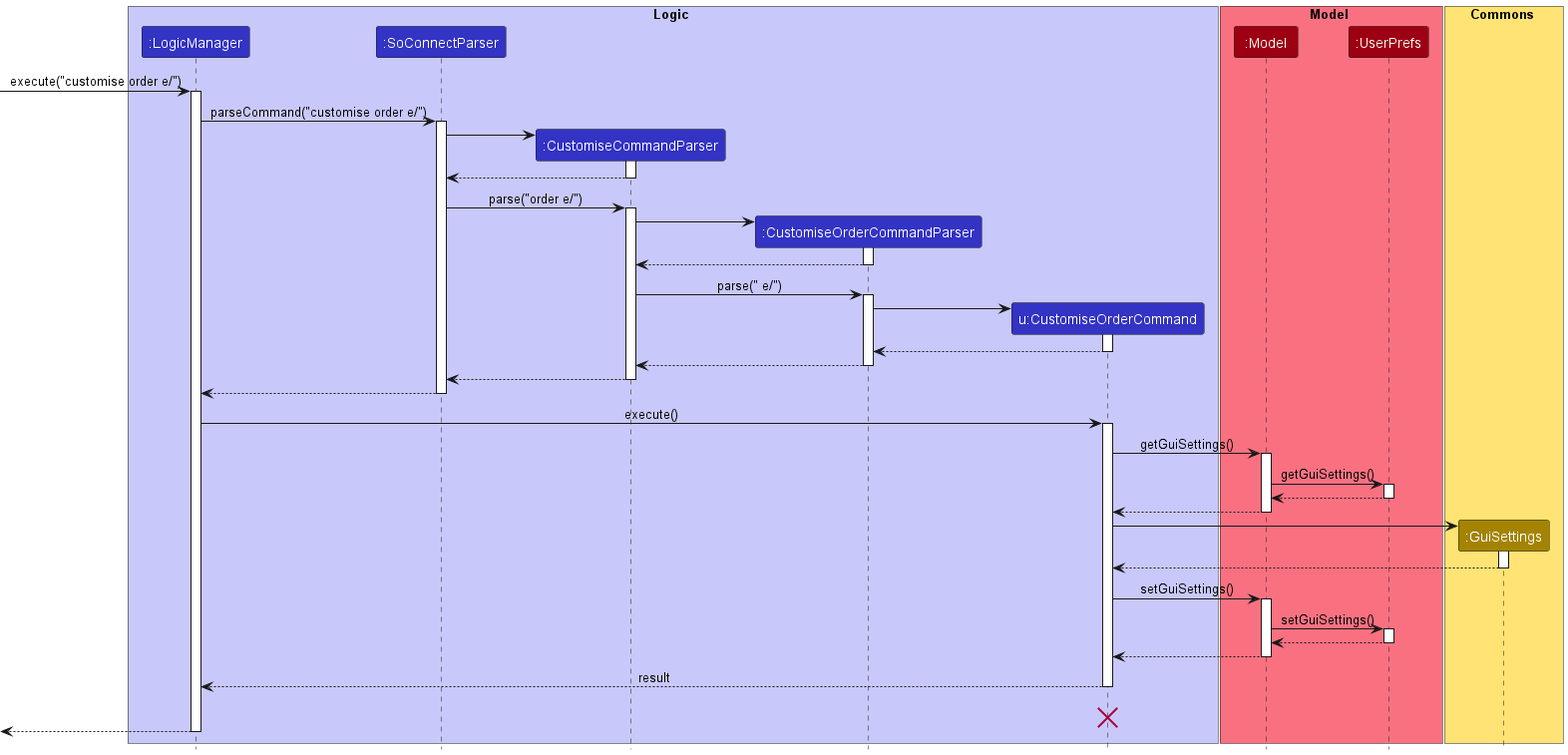
Before: docs/images/CustomiseOrderSequenceDiagram.png, a diagram exported from PlantUML (nus-cs2103-AY2223S1/tp).
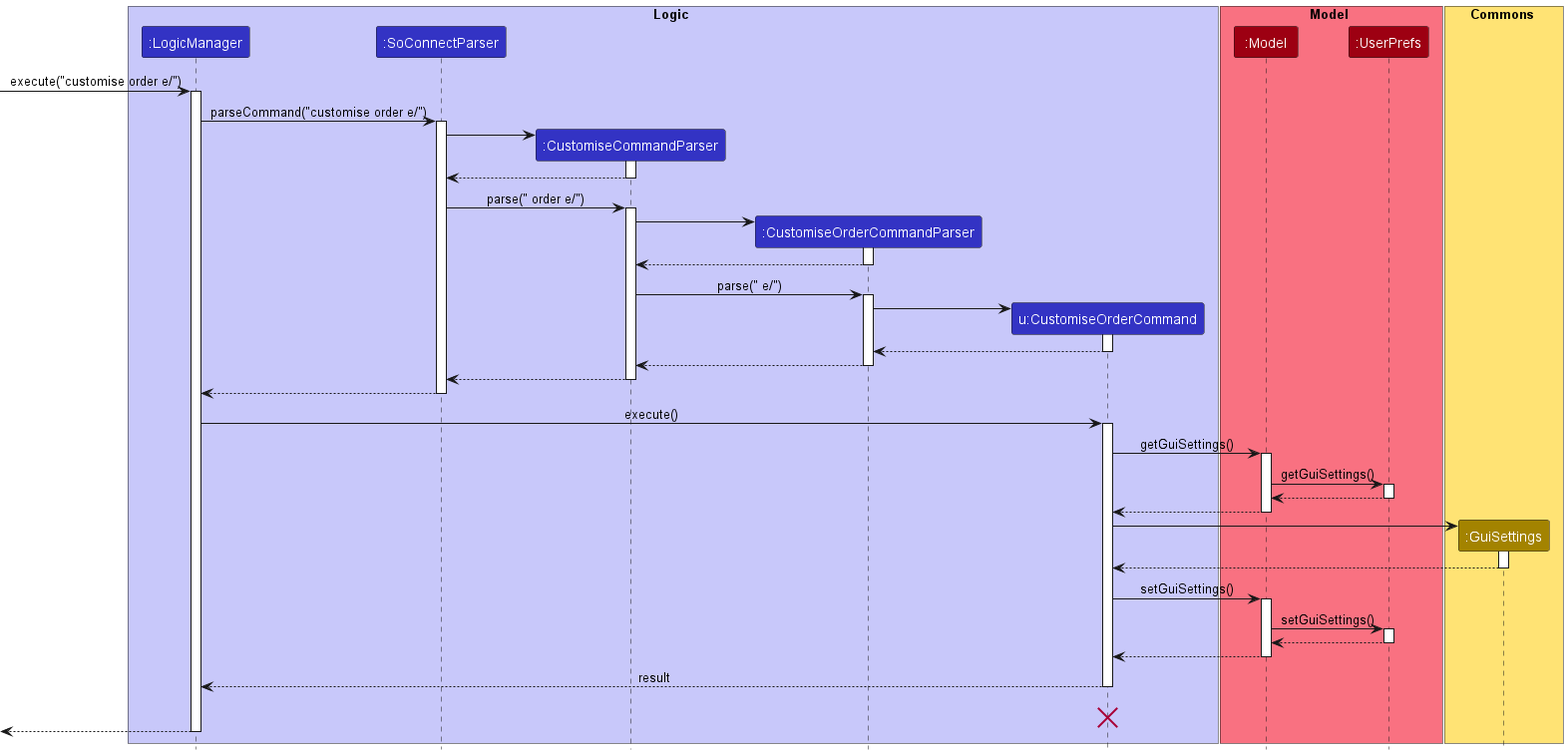
Later version of the same file.

The edit, as a diff of the source:
```diff
@@ -31,7 +31,7 @@
 CustomiseCommandParser --> SoConnectParser
 deactivate CustomiseCommandParser
 
-SoConnectParser -> CustomiseCommandParser : parse("order e/")
+SoConnectParser -> CustomiseCommandParser : parse(" order e/")
 activate CustomiseCommandParser
 
 create CustomiseOrderCommandParser
```
